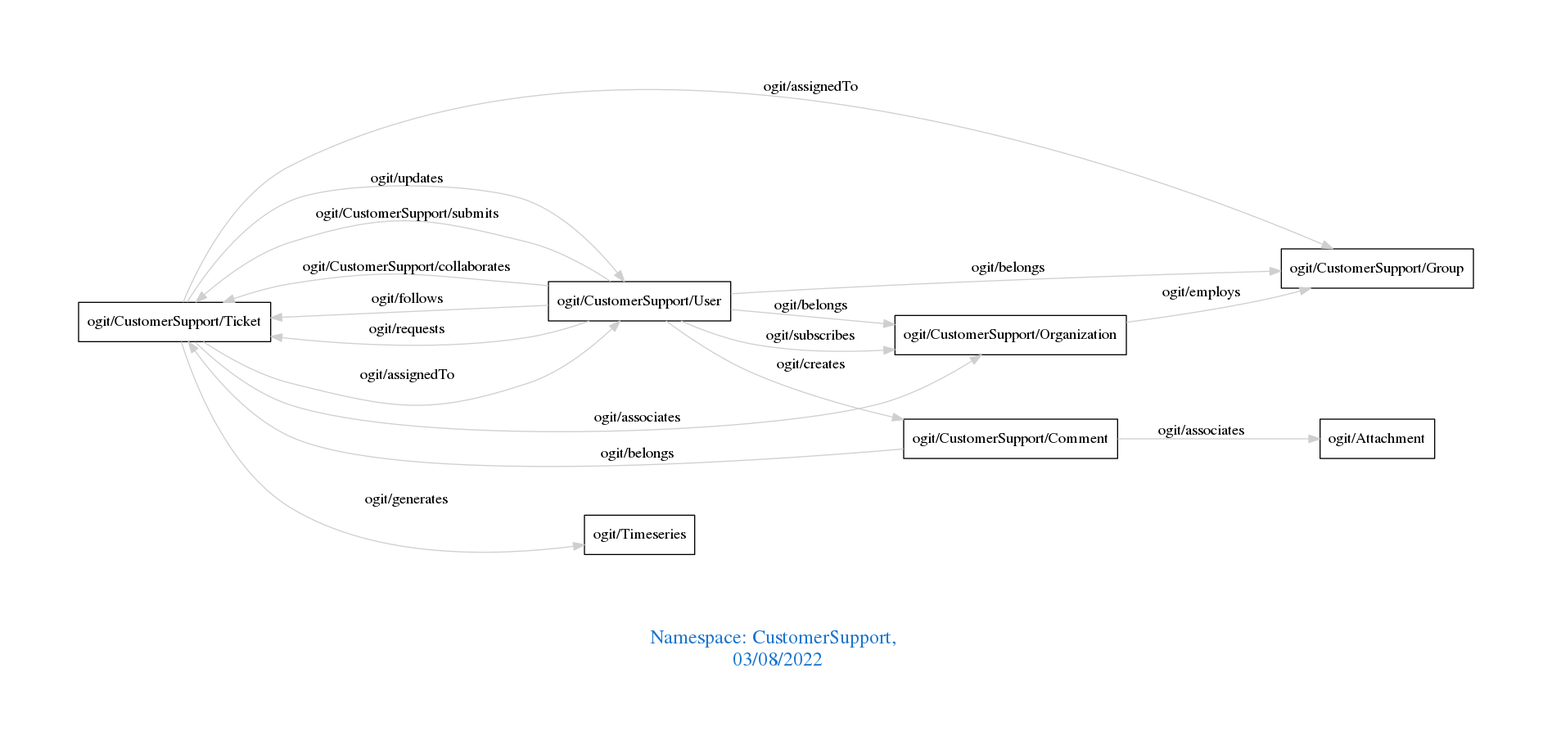
Before: downloads/CustomerSupport.png, a diagram exported from Graphviz (arago/OGIT). Its source is kept beside it as downloads/CustomerSupport.dot.
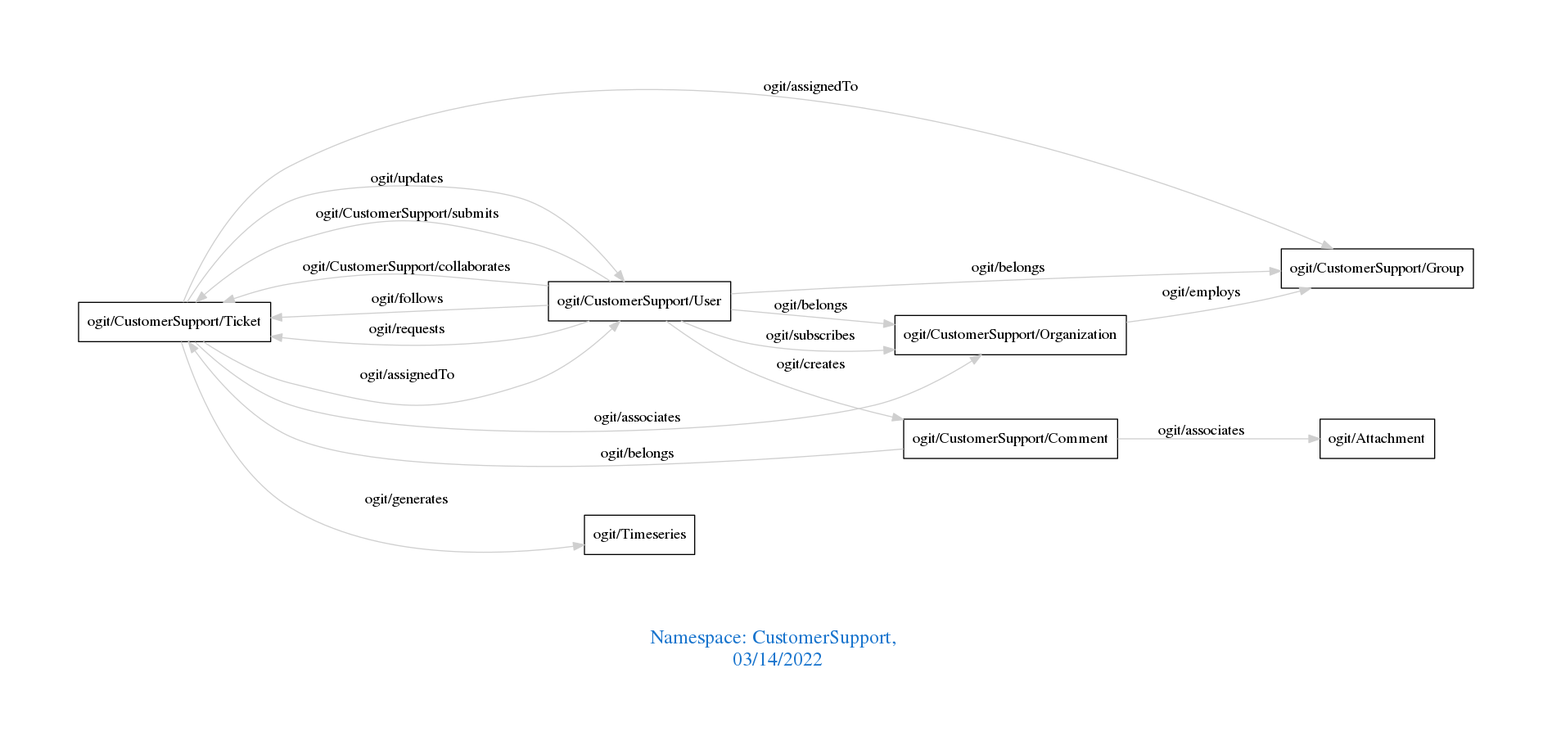
After the change.

Change to the diagram source:
```diff
@@ -1,7 +1,7 @@
 digraph OGIT_ontology {
  graph [ rankdir= LR,pad=1
 fontsize = 18,
-fontcolor= dodgerblue3,label = "\n\n\nNamespace: CustomerSupport, \n 03/08/2022"];
+fontcolor= dodgerblue3,label = "\n\n\nNamespace: CustomerSupport, \n 03/14/2022"];
 node[shape=polygon];
 edge [  color="gray81"];
 
```
